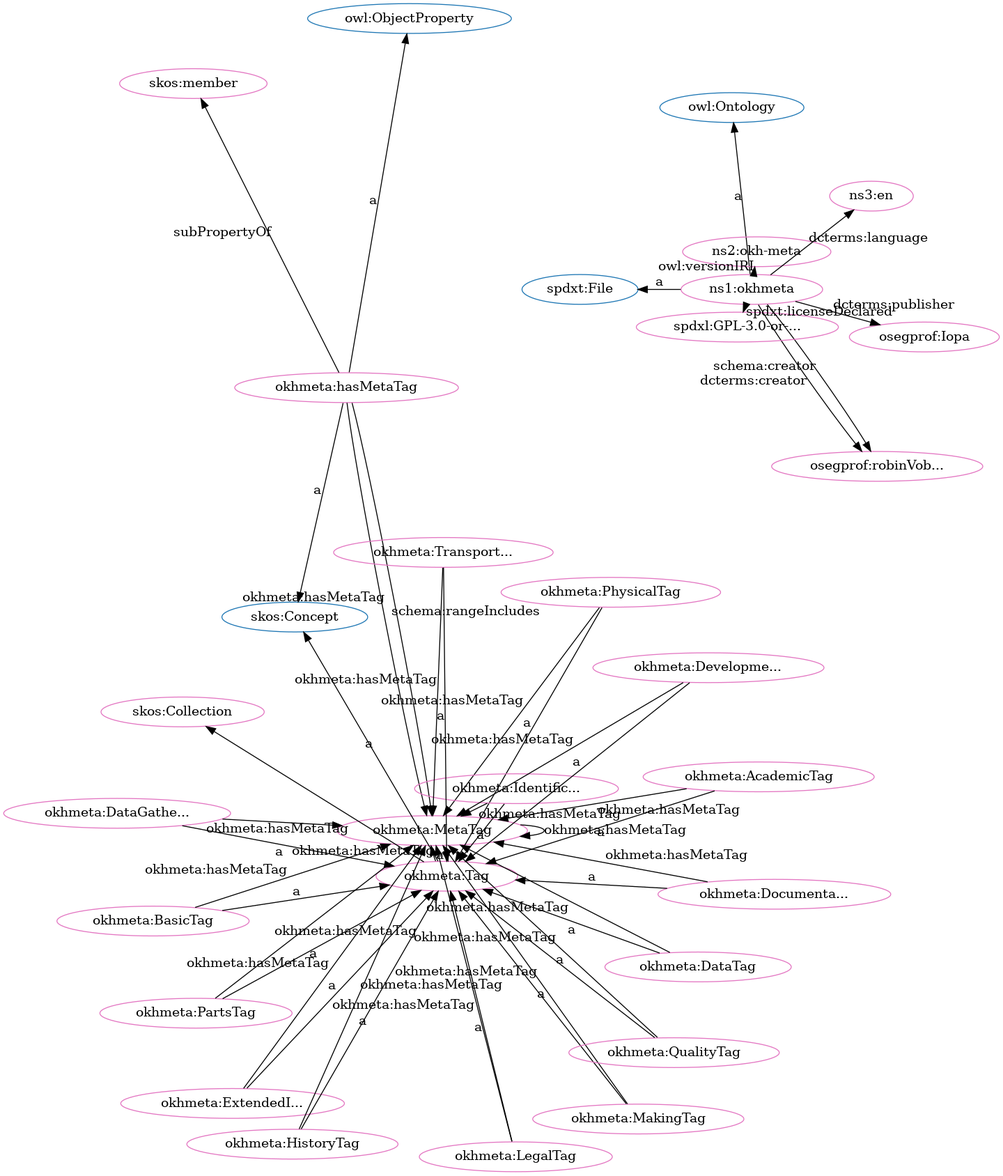
Before: src/spec/fdp_okh-meta.png, a diagram exported from Graphviz (iop-alliance/OpenKnowHow). Its source is kept beside it as src/spec/fdp_okh-meta.dot.
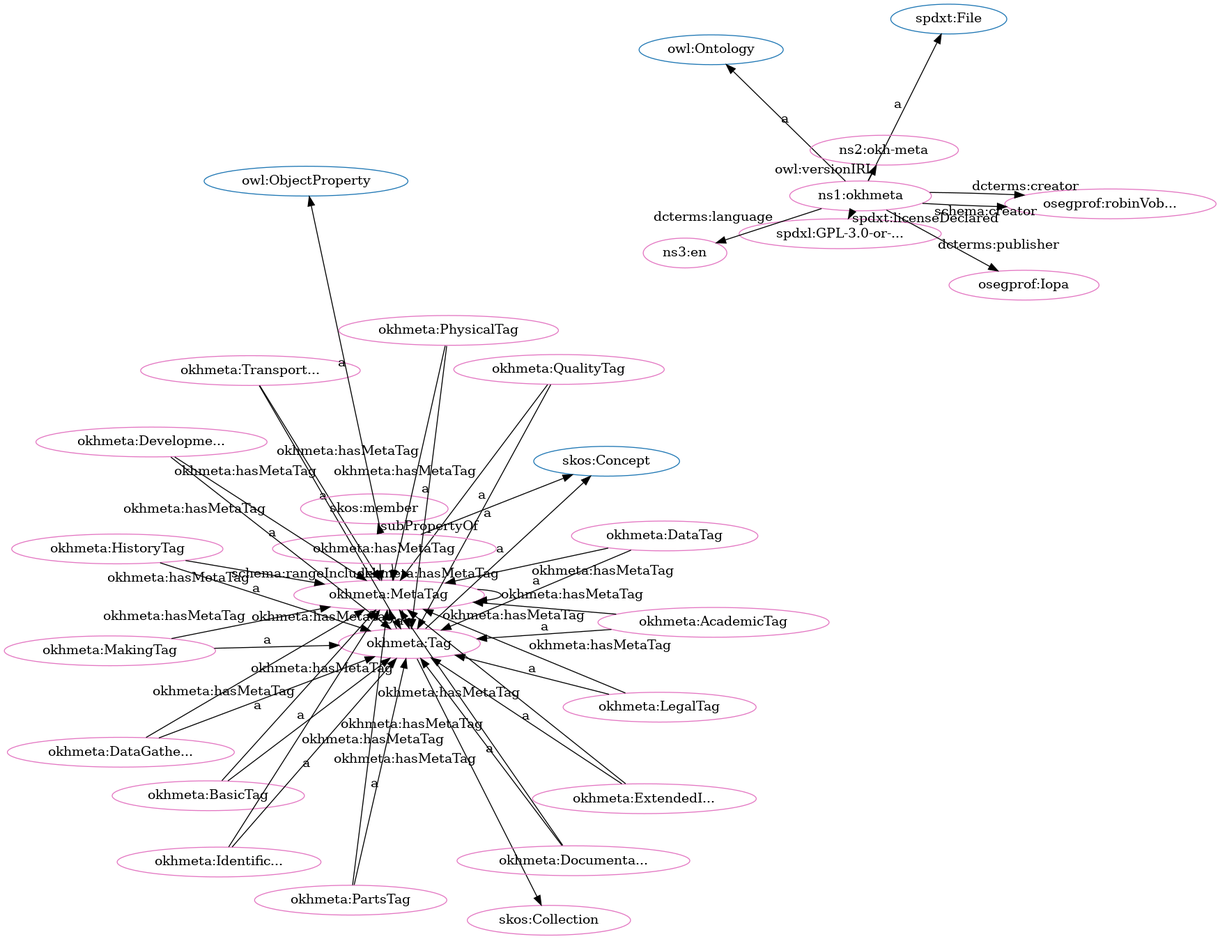
Later version of the same file.

Diff of the diagram source:
```diff
@@ -1,85 +1,85 @@
 digraph G {
   rankdir=BT
   node[height=.3]
-"http://spdx.org/rdf/terms#File" [fillcolor="#1f77b4" color="#1f77b4" label="spdxt:File"]
-"http://www.w3.org/2002/07/owl#Ontology" [fillcolor="#1f77b4" color="#1f77b4" label="owl:Ontology"]
-"https://w3id.org/oseg/ont/okhmeta#MetaTag" [fillcolor="#1f77b4" color="#1f77b4" label="okhmeta:MetaTag"]
-"http://www.w3.org/2004/02/skos/core#Concept" [fillcolor="#1f77b4" color="#1f77b4" label="skos:Concept"]
 "http://www.w3.org/2002/07/owl#ObjectProperty" [fillcolor="#1f77b4" color="#1f77b4" label="owl:ObjectProperty"]
 "http://www.w3.org/2004/02/skos/core#Collection" [fillcolor="#1f77b4" color="#1f77b4" label="skos:Collection"]
+"http://www.w3.org/2004/02/skos/core#Concept" [fillcolor="#1f77b4" color="#1f77b4" label="skos:Concept"]
+"https://w3id.org/oseg/ont/okhmeta#MetaTag" [fillcolor="#1f77b4" color="#1f77b4" label="okhmeta:MetaTag"]
+"http://www.w3.org/2002/07/owl#Ontology" [fillcolor="#1f77b4" color="#1f77b4" label="owl:Ontology"]
 "https://w3id.org/oseg/ont/okhmeta#Tag" [fillcolor="#1f77b4" color="#1f77b4" label="okhmeta:Tag"]
+"http://spdx.org/rdf/terms#File" [fillcolor="#1f77b4" color="#1f77b4" label="spdxt:File"]
 "https://w3id.org/oseg/ont/okhmeta#MetaTag" [fillcolor="#e377c2" color="#e377c2" label="okhmeta:MetaTag"]
-"https://w3id.org/oseg/ont/okhmeta#hasMetaTag" [fillcolor="#e377c2" color="#e377c2" label="okhmeta:hasMetaTag"]
-"https://w3id.org/oseg/ont/okhmeta#ExtendedInfoTag" [fillcolor="#e377c2" color="#e377c2" label="okhmeta:ExtendedI..."]
-"https://w3id.org/oseg/ont/okhmeta" [fillcolor="#e377c2" color="#e377c2" label="ns1:okhmeta"]
-"https://w3id.org/oseg/ont/okhmeta#PhysicalTag" [fillcolor="#e377c2" color="#e377c2" label="okhmeta:PhysicalTag"]
-"https://w3id.org/oseg/ont/1.1.0/okh-meta" [fillcolor="#e377c2" color="#e377c2" label="ns2:okh-meta"]
-"https://w3id.org/oseg/ont/oseg-profiles#robinVobruba" [fillcolor="#e377c2" color="#e377c2" label="osegprof:robinVob..."]
-"http://id.loc.gov/vocabulary/iso639-1/en" [fillcolor="#e377c2" color="#e377c2" label="ns3:en"]
-"https://w3id.org/oseg/ont/okhmeta#DocumentationTag" [fillcolor="#e377c2" color="#e377c2" label="okhmeta:Documenta..."]
-"https://w3id.org/oseg/ont/okhmeta#DataTag" [fillcolor="#e377c2" color="#e377c2" label="okhmeta:DataTag"]
+"https://w3id.org/oseg/ont/okhmeta#QualityTag" [fillcolor="#e377c2" color="#e377c2" label="okhmeta:QualityTag"]
+"http://www.w3.org/2004/02/skos/core#Collection" [fillcolor="#e377c2" color="#e377c2" label="skos:Collection"]
+"https://w3id.org/oseg/ont/okhmeta#BasicTag" [fillcolor="#e377c2" color="#e377c2" label="okhmeta:BasicTag"]
 "https://w3id.org/oseg/ont/okhmeta#LegalTag" [fillcolor="#e377c2" color="#e377c2" label="okhmeta:LegalTag"]
 "https://w3id.org/oseg/ont/okhmeta#HistoryTag" [fillcolor="#e377c2" color="#e377c2" label="okhmeta:HistoryTag"]
+"https://spdx.org/licenses/GPL-3.0-or-later" [fillcolor="#e377c2" color="#e377c2" label="spdxl:GPL-3.0-or-..."]
+"https://w3id.org/oseg/ont/okhmeta" [fillcolor="#e377c2" color="#e377c2" label="ns1:okhmeta"]
+"https://w3id.org/oseg/ont/okhmeta#AcademicTag" [fillcolor="#e377c2" color="#e377c2" label="okhmeta:AcademicTag"]
 "https://w3id.org/oseg/ont/okhmeta#MakingTag" [fillcolor="#e377c2" color="#e377c2" label="okhmeta:MakingTag"]
+"https://w3id.org/oseg/ont/okhmeta#TransportationTag" [fillcolor="#e377c2" color="#e377c2" label="okhmeta:Transport..."]
+"https://w3id.org/oseg/ont/okhmeta#ExtendedInfoTag" [fillcolor="#e377c2" color="#e377c2" label="okhmeta:ExtendedI..."]
+"https://w3id.org/oseg/ont/oseg-profiles#robinVobruba" [fillcolor="#e377c2" color="#e377c2" label="osegprof:robinVob..."]
+"http://www.w3.org/2004/02/skos/core#member" [fillcolor="#e377c2" color="#e377c2" label="skos:member"]
+"https://w3id.org/oseg/ont/1.1.0/okh-meta" [fillcolor="#e377c2" color="#e377c2" label="ns2:okh-meta"]
+"https://w3id.org/oseg/ont/okhmeta#DataTag" [fillcolor="#e377c2" color="#e377c2" label="okhmeta:DataTag"]
+"https://w3id.org/oseg/ont/okhmeta#DocumentationTag" [fillcolor="#e377c2" color="#e377c2" label="okhmeta:Documenta..."]
+"http://id.loc.gov/vocabulary/iso639-1/en" [fillcolor="#e377c2" color="#e377c2" label="ns3:en"]
+"https://w3id.org/oseg/ont/okhmeta#DataGatheringTag" [fillcolor="#e377c2" color="#e377c2" label="okhmeta:DataGathe..."]
+"https://w3id.org/oseg/ont/okhmeta#hasMetaTag" [fillcolor="#e377c2" color="#e377c2" label="okhmeta:hasMetaTag"]
+"https://w3id.org/oseg/ont/oseg-profiles#Iopa" [fillcolor="#e377c2" color="#e377c2" label="osegprof:Iopa"]
+"https://w3id.org/oseg/ont/okhmeta#PartsTag" [fillcolor="#e377c2" color="#e377c2" label="okhmeta:PartsTag"]
+"https://w3id.org/oseg/ont/okhmeta#DevelopmentTag" [fillcolor="#e377c2" color="#e377c2" label="okhmeta:Developme..."]
+"https://w3id.org/oseg/ont/okhmeta#PhysicalTag" [fillcolor="#e377c2" color="#e377c2" label="okhmeta:PhysicalTag"]
+"https://w3id.org/oseg/ont/okhmeta#Tag" [fillcolor="#e377c2" color="#e377c2" label="okhmeta:Tag"]
 "https://w3id.org/oseg/ont/okhmeta#IdentificationTag" [fillcolor="#e377c2" color="#e377c2" label="okhmeta:Identific..."]
-"https://spdx.org/licenses/GPL-3.0-or-later" [fillcolor="#e377c2" color="#e377c2" label="spdxl:GPL-3.0-or-..."]
-"https://w3id.org/oseg/ont/okhmeta#TransportationTag" [fillcolor="#e377c2" color="#e377c2" label="okhmeta:Transport..."]
-"https://w3id.org/oseg/ont/okhmeta#DevelopmentTag" [fillcolor="#e377c2" color="#e377c2" label="okhmeta:Developme..."]
-"https://w3id.org/oseg/ont/okhmeta#QualityTag" [fillcolor="#e377c2" color="#e377c2" label="okhmeta:QualityTag"]
-"https://w3id.org/oseg/ont/okhmeta#PartsTag" [fillcolor="#e377c2" color="#e377c2" label="okhmeta:PartsTag"]
-"https://w3id.org/oseg/ont/okhmeta#Tag" [fillcolor="#e377c2" color="#e377c2" label="okhmeta:Tag"]
-"http://www.w3.org/2004/02/skos/core#member" [fillcolor="#e377c2" color="#e377c2" label="skos:member"]
-"http://www.w3.org/2004/02/skos/core#Collection" [fillcolor="#e377c2" color="#e377c2" label="skos:Collection"]
-"https://w3id.org/oseg/ont/okhmeta#AcademicTag" [fillcolor="#e377c2" color="#e377c2" label="okhmeta:AcademicTag"]
-"https://w3id.org/oseg/ont/oseg-profiles#Iopa" [fillcolor="#e377c2" color="#e377c2" label="osegprof:Iopa"]
-"https://w3id.org/oseg/ont/okhmeta#BasicTag" [fillcolor="#e377c2" color="#e377c2" label="okhmeta:BasicTag"]
-"https://w3id.org/oseg/ont/okhmeta#DataGatheringTag" [fillcolor="#e377c2" color="#e377c2" label="okhmeta:DataGathe..."]
+  "https://w3id.org/oseg/ont/okhmeta#hasMetaTag" -> "https://w3id.org/oseg/ont/okhmeta#MetaTag" [label="okhmeta:hasMetaTag"]
+  "https://w3id.org/oseg/ont/okhmeta#DocumentationTag" -> "https://w3id.org/oseg/ont/okhmeta#MetaTag" [label="okhmeta:hasMetaTag"]
+  "https://w3id.org/oseg/ont/okhmeta#LegalTag" -> "https://w3id.org/oseg/ont/okhmeta#Tag" [label="a"]
+  "https://w3id.org/oseg/ont/okhmeta#PartsTag" -> "https://w3id.org/oseg/ont/okhmeta#MetaTag" [label="okhmeta:hasMetaTag"]
+  "https://w3id.org/oseg/ont/okhmeta#HistoryTag" -> "https://w3id.org/oseg/ont/okhmeta#Tag" [label="a"]
+  "https://w3id.org/oseg/ont/okhmeta" -> "https://spdx.org/licenses/GPL-3.0-or-later" [label="spdxt:licenseDeclared"]
+  "https://w3id.org/oseg/ont/okhmeta#IdentificationTag" -> "https://w3id.org/oseg/ont/okhmeta#MetaTag" [label="okhmeta:hasMetaTag"]
+  "https://w3id.org/oseg/ont/okhmeta#MakingTag" -> "https://w3id.org/oseg/ont/okhmeta#Tag" [label="a"]
+  "https://w3id.org/oseg/ont/okhmeta#PhysicalTag" -> "https://w3id.org/oseg/ont/okhmeta#MetaTag" [label="okhmeta:hasMetaTag"]
+  "https://w3id.org/oseg/ont/okhmeta" -> "http://spdx.org/rdf/terms#File" [label="a"]
+  "https://w3id.org/oseg/ont/okhmeta#Tag" -> "https://w3id.org/oseg/ont/okhmeta#MetaTag" [label="okhmeta:hasMetaTag"]
+  "https://w3id.org/oseg/ont/okhmeta" -> "https://w3id.org/oseg/ont/oseg-profiles#robinVobruba" [label="dcterms:creator"]
+  "https://w3id.org/oseg/ont/okhmeta#hasMetaTag" -> "http://www.w3.org/2004/02/skos/core#member" [label="subPropertyOf"]
+  "https://w3id.org/oseg/ont/okhmeta#LegalTag" -> "https://w3id.org/oseg/ont/okhmeta#MetaTag" [label="okhmeta:hasMetaTag"]
+  "https://w3id.org/oseg/ont/okhmeta" -> "https://w3id.org/oseg/ont/1.1.0/okh-meta" [label="owl:versionIRI"]
+  "https://w3id.org/oseg/ont/okhmeta#DocumentationTag" -> "https://w3id.org/oseg/ont/okhmeta#Tag" [label="a"]
+  "https://w3id.org/oseg/ont/okhmeta#DataGatheringTag" -> "https://w3id.org/oseg/ont/okhmeta#Tag" [label="a"]
+  "https://w3id.org/oseg/ont/okhmeta#hasMetaTag" -> "http://www.w3.org/2002/07/owl#ObjectProperty" [label="a"]
+  "https://w3id.org/oseg/ont/okhmeta" -> "https://w3id.org/oseg/ont/oseg-profiles#Iopa" [label="dcterms:publisher"]
+  "https://w3id.org/oseg/ont/okhmeta#TransportationTag" -> "https://w3id.org/oseg/ont/okhmeta#MetaTag" [label="okhmeta:hasMetaTag"]
+  "https://w3id.org/oseg/ont/okhmeta#PartsTag" -> "https://w3id.org/oseg/ont/okhmeta#Tag" [label="a"]
+  "https://w3id.org/oseg/ont/okhmeta#DevelopmentTag" -> "https://w3id.org/oseg/ont/okhmeta#Tag" [label="a"]
+  "https://w3id.org/oseg/ont/okhmeta#PhysicalTag" -> "https://w3id.org/oseg/ont/okhmeta#Tag" [label="a"]
+  "https://w3id.org/oseg/ont/okhmeta#Tag" -> "http://www.w3.org/2004/02/skos/core#Concept" [label="a"]
+  "https://w3id.org/oseg/ont/okhmeta#DataGatheringTag" -> "https://w3id.org/oseg/ont/okhmeta#MetaTag" [label="okhmeta:hasMetaTag"]
+  "https://w3id.org/oseg/ont/okhmeta#DataTag" -> "https://w3id.org/oseg/ont/okhmeta#MetaTag" [label="okhmeta:hasMetaTag"]
+  "https://w3id.org/oseg/ont/okhmeta#QualityTag" -> "https://w3id.org/oseg/ont/okhmeta#Tag" [label="a"]
+  "https://w3id.org/oseg/ont/okhmeta#MetaTag" -> "https://w3id.org/oseg/ont/okhmeta#Tag" [label="a"]
+  "https://w3id.org/oseg/ont/okhmeta#Tag" -> "http://www.w3.org/2004/02/skos/core#Collection" [label=""]
+  "https://w3id.org/oseg/ont/okhmeta#BasicTag" -> "https://w3id.org/oseg/ont/okhmeta#Tag" [label="a"]
+  "https://w3id.org/oseg/ont/okhmeta#hasMetaTag" -> "https://w3id.org/oseg/ont/okhmeta#MetaTag" [label="schema:rangeIncludes"]
+  "https://w3id.org/oseg/ont/okhmeta#DevelopmentTag" -> "https://w3id.org/oseg/ont/okhmeta#MetaTag" [label="okhmeta:hasMetaTag"]
+  "https://w3id.org/oseg/ont/okhmeta" -> "http://www.w3.org/2002/07/owl#Ontology" [label="a"]
+  "https://w3id.org/oseg/ont/okhmeta#AcademicTag" -> "https://w3id.org/oseg/ont/okhmeta#Tag" [label="a"]
+  "https://w3id.org/oseg/ont/okhmeta#QualityTag" -> "https://w3id.org/oseg/ont/okhmeta#MetaTag" [label="okhmeta:hasMetaTag"]
+  "https://w3id.org/oseg/ont/okhmeta#TransportationTag" -> "https://w3id.org/oseg/ont/okhmeta#Tag" [label="a"]
+  "https://w3id.org/oseg/ont/okhmeta#ExtendedInfoTag" -> "https://w3id.org/oseg/ont/okhmeta#MetaTag" [label="okhmeta:hasMetaTag"]
+  "https://w3id.org/oseg/ont/okhmeta#BasicTag" -> "https://w3id.org/oseg/ont/okhmeta#MetaTag" [label="okhmeta:hasMetaTag"]
+  "https://w3id.org/oseg/ont/okhmeta" -> "https://w3id.org/oseg/ont/oseg-profiles#robinVobruba" [label="schema:creator"]
+  "https://w3id.org/oseg/ont/okhmeta#DataTag" -> "https://w3id.org/oseg/ont/okhmeta#Tag" [label="a"]
+  "https://w3id.org/oseg/ont/okhmeta#IdentificationTag" -> "https://w3id.org/oseg/ont/okhmeta#Tag" [label="a"]
+  "https://w3id.org/oseg/ont/okhmeta" -> "http://id.loc.gov/vocabulary/iso639-1/en" [label="dcterms:language"]
+  "https://w3id.org/oseg/ont/okhmeta#AcademicTag" -> "https://w3id.org/oseg/ont/okhmeta#MetaTag" [label="okhmeta:hasMetaTag"]
+  "https://w3id.org/oseg/ont/okhmeta#HistoryTag" -> "https://w3id.org/oseg/ont/okhmeta#MetaTag" [label="okhmeta:hasMetaTag"]
+  "https://w3id.org/oseg/ont/okhmeta#MakingTag" -> "https://w3id.org/oseg/ont/okhmeta#MetaTag" [label="okhmeta:hasMetaTag"]
   "https://w3id.org/oseg/ont/okhmeta#hasMetaTag" -> "http://www.w3.org/2004/02/skos/core#Concept" [label="a"]
-  "https://w3id.org/oseg/ont/okhmeta" -> "http://spdx.org/rdf/terms#File" [label="a"]
-  "https://w3id.org/oseg/ont/okhmeta#ExtendedInfoTag" -> "https://w3id.org/oseg/ont/okhmeta#MetaTag" [label="okhmeta:hasMetaTag"]
-  "https://w3id.org/oseg/ont/okhmeta#HistoryTag" -> "https://w3id.org/oseg/ont/okhmeta#MetaTag" [label="okhmeta:hasMetaTag"]
-  "https://w3id.org/oseg/ont/okhmeta" -> "http://id.loc.gov/vocabulary/iso639-1/en" [label="dcterms:language"]
-  "https://w3id.org/oseg/ont/okhmeta#DocumentationTag" -> "https://w3id.org/oseg/ont/okhmeta#Tag" [label="a"]
-  "https://w3id.org/oseg/ont/okhmeta#DataTag" -> "https://w3id.org/oseg/ont/okhmeta#Tag" [label="a"]
-  "https://w3id.org/oseg/ont/okhmeta#AcademicTag" -> "https://w3id.org/oseg/ont/okhmeta#MetaTag" [label="okhmeta:hasMetaTag"]
-  "https://w3id.org/oseg/ont/okhmeta#BasicTag" -> "https://w3id.org/oseg/ont/okhmeta#MetaTag" [label="okhmeta:hasMetaTag"]
-  "https://w3id.org/oseg/ont/okhmeta" -> "http://www.w3.org/2002/07/owl#Ontology" [label="a"]
-  "https://w3id.org/oseg/ont/okhmeta" -> "https://w3id.org/oseg/ont/oseg-profiles#robinVobruba" [label="schema:creator"]
-  "https://w3id.org/oseg/ont/okhmeta#HistoryTag" -> "https://w3id.org/oseg/ont/okhmeta#Tag" [label="a"]
-  "https://w3id.org/oseg/ont/okhmeta#MakingTag" -> "https://w3id.org/oseg/ont/okhmeta#Tag" [label="a"]
-  "https://w3id.org/oseg/ont/okhmeta#DevelopmentTag" -> "https://w3id.org/oseg/ont/okhmeta#Tag" [label="a"]
-  "https://w3id.org/oseg/ont/okhmeta#MakingTag" -> "https://w3id.org/oseg/ont/okhmeta#MetaTag" [label="okhmeta:hasMetaTag"]
-  "https://w3id.org/oseg/ont/okhmeta#PartsTag" -> "https://w3id.org/oseg/ont/okhmeta#Tag" [label="a"]
-  "https://w3id.org/oseg/ont/okhmeta#hasMetaTag" -> "https://w3id.org/oseg/ont/okhmeta#MetaTag" [label="schema:rangeIncludes"]
-  "https://w3id.org/oseg/ont/okhmeta#hasMetaTag" -> "http://www.w3.org/2004/02/skos/core#member" [label="subPropertyOf"]
-  "https://w3id.org/oseg/ont/okhmeta#Tag" -> "http://www.w3.org/2004/02/skos/core#Collection" [label=""]
-  "https://w3id.org/oseg/ont/okhmeta#DevelopmentTag" -> "https://w3id.org/oseg/ont/okhmeta#MetaTag" [label="okhmeta:hasMetaTag"]
-  "https://w3id.org/oseg/ont/okhmeta#PartsTag" -> "https://w3id.org/oseg/ont/okhmeta#MetaTag" [label="okhmeta:hasMetaTag"]
-  "https://w3id.org/oseg/ont/okhmeta" -> "https://w3id.org/oseg/ont/oseg-profiles#Iopa" [label="dcterms:publisher"]
-  "https://w3id.org/oseg/ont/okhmeta#BasicTag" -> "https://w3id.org/oseg/ont/okhmeta#Tag" [label="a"]
-  "https://w3id.org/oseg/ont/okhmeta#DataGatheringTag" -> "https://w3id.org/oseg/ont/okhmeta#Tag" [label="a"]
-  "https://w3id.org/oseg/ont/okhmeta#LegalTag" -> "https://w3id.org/oseg/ont/okhmeta#MetaTag" [label="okhmeta:hasMetaTag"]
-  "https://w3id.org/oseg/ont/okhmeta#DataGatheringTag" -> "https://w3id.org/oseg/ont/okhmeta#MetaTag" [label="okhmeta:hasMetaTag"]
+  "https://w3id.org/oseg/ont/okhmeta#MetaTag" -> "https://w3id.org/oseg/ont/okhmeta#MetaTag" [label="okhmeta:hasMetaTag"]
   "https://w3id.org/oseg/ont/okhmeta#ExtendedInfoTag" -> "https://w3id.org/oseg/ont/okhmeta#Tag" [label="a"]
-  "https://w3id.org/oseg/ont/okhmeta#hasMetaTag" -> "https://w3id.org/oseg/ont/okhmeta#MetaTag" [label="okhmeta:hasMetaTag"]
-  "https://w3id.org/oseg/ont/okhmeta#PhysicalTag" -> "https://w3id.org/oseg/ont/okhmeta#Tag" [label="a"]
-  "https://w3id.org/oseg/ont/okhmeta" -> "https://w3id.org/oseg/ont/1.1.0/okh-meta" [label="owl:versionIRI"]
-  "https://w3id.org/oseg/ont/okhmeta" -> "https://w3id.org/oseg/ont/oseg-profiles#robinVobruba" [label="dcterms:creator"]
-  "https://w3id.org/oseg/ont/okhmeta#PhysicalTag" -> "https://w3id.org/oseg/ont/okhmeta#MetaTag" [label="okhmeta:hasMetaTag"]
-  "https://w3id.org/oseg/ont/okhmeta#QualityTag" -> "https://w3id.org/oseg/ont/okhmeta#MetaTag" [label="okhmeta:hasMetaTag"]
-  "https://w3id.org/oseg/ont/okhmeta#MetaTag" -> "https://w3id.org/oseg/ont/okhmeta#Tag" [label="a"]
-  "https://w3id.org/oseg/ont/okhmeta#LegalTag" -> "https://w3id.org/oseg/ont/okhmeta#Tag" [label="a"]
-  "https://w3id.org/oseg/ont/okhmeta#Tag" -> "https://w3id.org/oseg/ont/okhmeta#MetaTag" [label="okhmeta:hasMetaTag"]
-  "https://w3id.org/oseg/ont/okhmeta#IdentificationTag" -> "https://w3id.org/oseg/ont/okhmeta#MetaTag" [label="okhmeta:hasMetaTag"]
-  "https://w3id.org/oseg/ont/okhmeta#IdentificationTag" -> "https://w3id.org/oseg/ont/okhmeta#Tag" [label="a"]
-  "https://w3id.org/oseg/ont/okhmeta" -> "https://spdx.org/licenses/GPL-3.0-or-later" [label="spdxt:licenseDeclared"]
-  "https://w3id.org/oseg/ont/okhmeta#DocumentationTag" -> "https://w3id.org/oseg/ont/okhmeta#MetaTag" [label="okhmeta:hasMetaTag"]
-  "https://w3id.org/oseg/ont/okhmeta#TransportationTag" -> "https://w3id.org/oseg/ont/okhmeta#Tag" [label="a"]
-  "https://w3id.org/oseg/ont/okhmeta#QualityTag" -> "https://w3id.org/oseg/ont/okhmeta#Tag" [label="a"]
-  "https://w3id.org/oseg/ont/okhmeta#Tag" -> "http://www.w3.org/2004/02/skos/core#Concept" [label="a"]
-  "https://w3id.org/oseg/ont/okhmeta#TransportationTag" -> "https://w3id.org/oseg/ont/okhmeta#MetaTag" [label="okhmeta:hasMetaTag"]
-  "https://w3id.org/oseg/ont/okhmeta#DataTag" -> "https://w3id.org/oseg/ont/okhmeta#MetaTag" [label="okhmeta:hasMetaTag"]
-  "https://w3id.org/oseg/ont/okhmeta#AcademicTag" -> "https://w3id.org/oseg/ont/okhmeta#Tag" [label="a"]
-  "https://w3id.org/oseg/ont/okhmeta#MetaTag" -> "https://w3id.org/oseg/ont/okhmeta#MetaTag" [label="okhmeta:hasMetaTag"]
-  "https://w3id.org/oseg/ont/okhmeta#hasMetaTag" -> "http://www.w3.org/2002/07/owl#ObjectProperty" [label="a"]
 }
```
